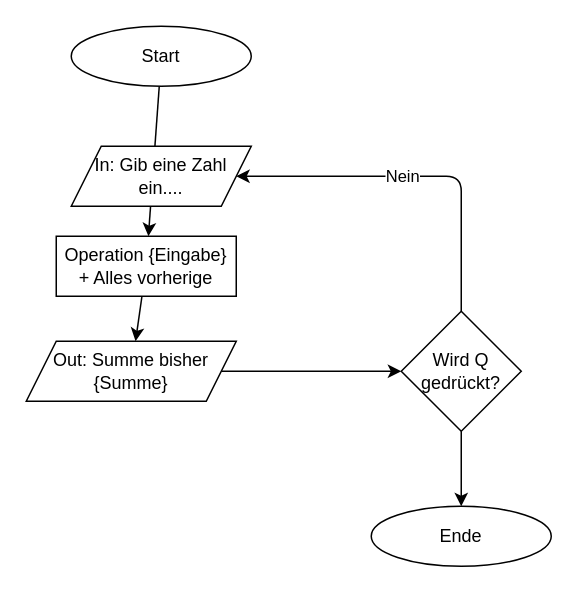
Earlier version of the draw.io diagram 1.LJ/SEMESTER 2/M122/06 Flowcharts/Bash/Aufgabe 6.3/Flowchart.dio (RubeldiRubelda/BBZW_Arbeitsbl-tter_und_Cheat_Sheets_INA). Source tidied: cells renumbered, new cells numbered last; positions are measured from the earlier drawing's top-left corner, leaving out a move shared by most shapes. Both pictures are drawn from the tidied source at 150%, with x=0, y=0 at pixel (26, 26).
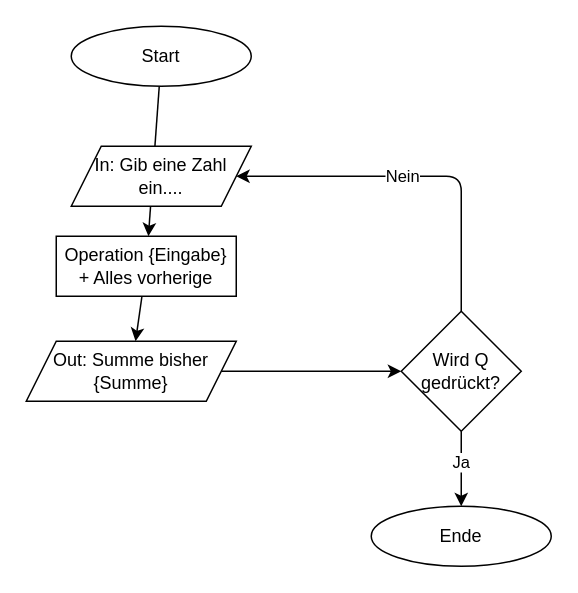
The same diagram, later.

Commit message (it also covers changes not shown here):
En Sudo Muus mit kaputte Taste

Change to the diagram source:
```diff
@@
 <mxGraphModel>
   <root>
     <mxCell id="0" />
     <mxCell id="1" parent="0" />
     <mxCell id="2" style="edgeStyle=none;html=1;" parent="1" edge="1" source="3" target="8">
       <mxGeometry relative="1" as="geometry" />
     </mxCell>
     <mxCell id="3" value="Start" style="ellipse;whiteSpace=wrap;html=1;" parent="1" vertex="1">
       <mxGeometry x="30" width="120" height="40" as="geometry" />
     </mxCell>
     <mxCell id="4" value="In: Gib eine Zahl ein...." style="shape=parallelogram;perimeter=parallelogramPerimeter;whiteSpace=wrap;html=1;fixedSize=1;" parent="1" vertex="1">
       <mxGeometry x="30" y="80" width="120" height="40" as="geometry" />
     </mxCell>
     <mxCell id="5" style="edgeStyle=none;html=1;" parent="1" edge="1" source="6">
       <mxGeometry relative="1" as="geometry">
         <mxPoint x="250" y="230" as="targetPoint" />
       </mxGeometry>
     </mxCell>
     <mxCell id="6" value="Out: Summe bisher&lt;div&gt;{Summe}&lt;/div&gt;" style="shape=parallelogram;perimeter=parallelogramPerimeter;whiteSpace=wrap;html=1;fixedSize=1;" parent="1" vertex="1">
       <mxGeometry y="210" width="140" height="40" as="geometry" />
     </mxCell>
     <mxCell id="7" style="edgeStyle=none;html=1;" parent="1" edge="1" source="8" target="6">
       <mxGeometry relative="1" as="geometry" />
     </mxCell>
     <mxCell id="8" value="Operation {Eingabe} + Alles vorherige" style="rounded=0;whiteSpace=wrap;html=1;" parent="1" vertex="1">
       <mxGeometry x="20" y="140" width="120" height="40" as="geometry" />
     </mxCell>
     <mxCell id="9" style="edgeStyle=none;html=1;entryX=1;entryY=0.5;entryDx=0;entryDy=0;" parent="1" edge="1" source="12" target="4">
       <mxGeometry relative="1" as="geometry">
         <Array as="points">
           <mxPoint x="290" y="100" />
         </Array>
       </mxGeometry>
     </mxCell>
     <mxCell id="10" value="Nein" style="edgeLabel;html=1;align=center;verticalAlign=middle;" parent="9" vertex="1">
       <mxGeometry x="0.08" y="-1" relative="1" as="geometry" />
     </mxCell>
     <mxCell id="11" style="edgeStyle=none;html=1;" parent="1" edge="1" source="12" target="13">
       <mxGeometry relative="1" as="geometry" />
     </mxCell>
+    <mxCell id="14" value="Ja" style="edgeLabel;html=1;align=center;verticalAlign=middle;" parent="11" vertex="1">
+      <mxGeometry x="-0.19" y="-1" relative="1" as="geometry" />
+    </mxCell>
     <mxCell id="12" value="Wird Q gedrückt?" style="rhombus;whiteSpace=wrap;html=1;" parent="1" vertex="1">
       <mxGeometry x="250" y="190" width="80" height="80" as="geometry" />
     </mxCell>
     <mxCell id="13" value="Ende" style="ellipse;whiteSpace=wrap;html=1;" parent="1" vertex="1">
       <mxGeometry x="230" y="320" width="120" height="40" as="geometry" />
     </mxCell>
   </root>
 </mxGraphModel>
```
